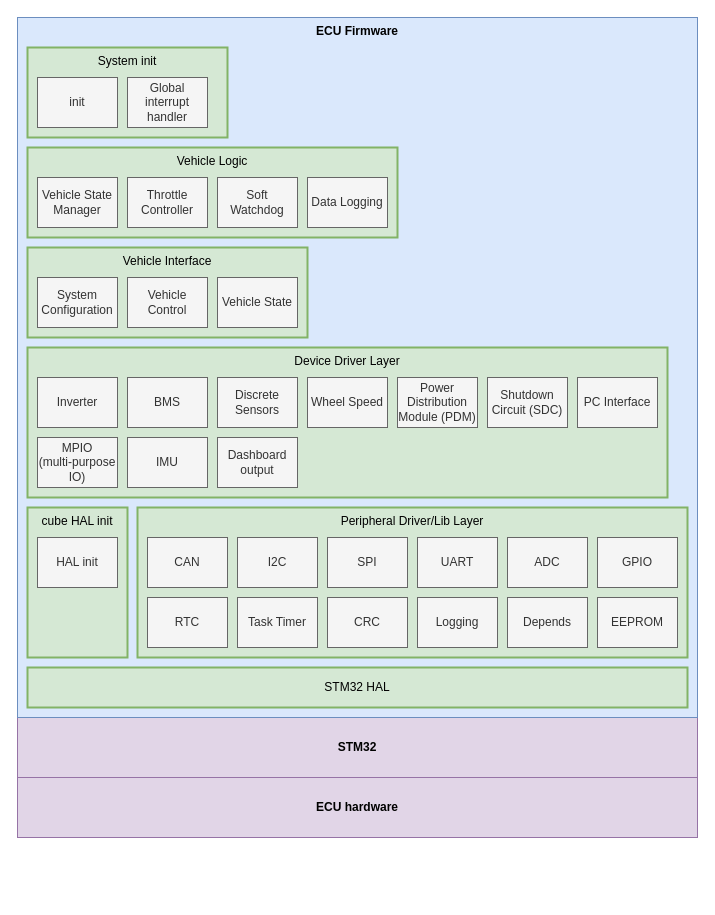
This is page "Detailed View" (2 of 5) of firmware/Firmware Architecture.drawio from lflaherty/evfirmware-vcu, a draw.io file, before an edit. Source tidied: cells renumbered, new cells numbered last; positions are measured from the earlier drawing's top-left corner, leaving out a move shared by most shapes. Both pictures are drawn from the tidied source at 100%, with x=0, y=0 at pixel (17, 17).
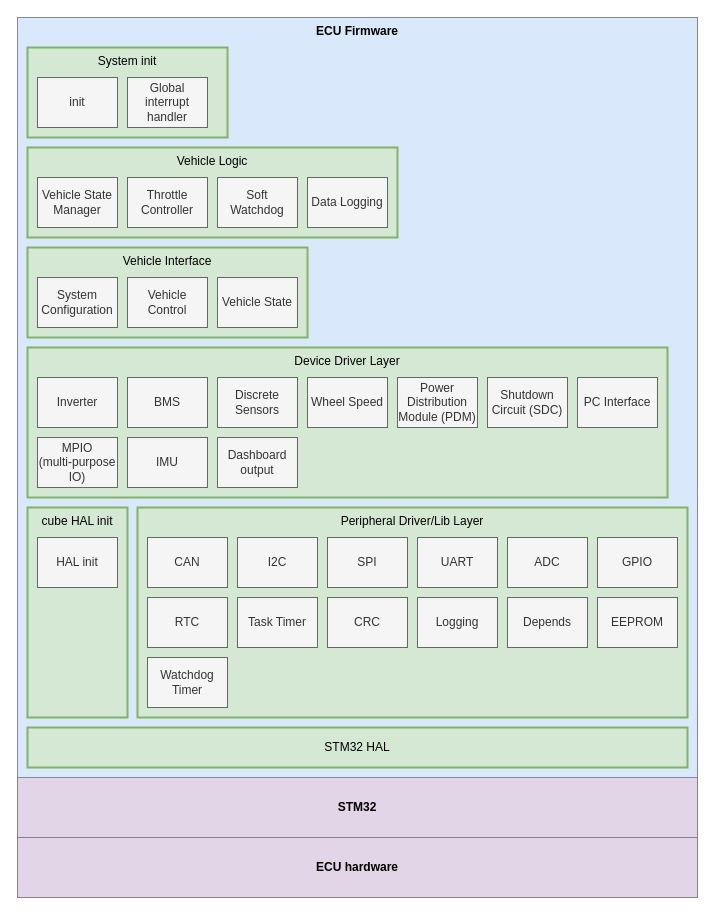
After the change.

What changed in the source:
```diff
@@
     <mxCell id="2" value="STM32" style="rounded=0;whiteSpace=wrap;html=1;fillColor=#e1d5e7;strokeColor=#9673a6;fontStyle=1;" parent="1" vertex="1">
-      <mxGeometry y="700" width="680" height="60" as="geometry" />
+      <mxGeometry y="760" width="680" height="60" as="geometry" />
     </mxCell>
     <mxCell id="3" value="ECU hardware" style="rounded=0;whiteSpace=wrap;html=1;fillColor=#e1d5e7;strokeColor=#9673a6;fontStyle=1;" parent="1" vertex="1">
-      <mxGeometry y="760" width="680" height="60" as="geometry" />
+      <mxGeometry y="820" width="680" height="60" as="geometry" />
     </mxCell>
     <mxCell id="4" value="ECU Firmware" style="rounded=0;whiteSpace=wrap;html=1;verticalAlign=top;fillColor=#dae8fc;strokeColor=#6c8ebf;fontStyle=1;" parent="1" vertex="1">
-      <mxGeometry width="680" height="700" as="geometry" />
+      <mxGeometry width="680" height="760" as="geometry" />
     </mxCell>
     <mxCell id="5" value="STM32 HAL" style="rounded=0;whiteSpace=wrap;html=1;fillColor=#d5e8d4;strokeColor=#82b366;strokeWidth=2;" parent="1" vertex="1">
-      <mxGeometry x="10" y="650" width="660" height="40" as="geometry" />
+      <mxGeometry x="10" y="710" width="660" height="40" as="geometry" />
     </mxCell>
     <mxCell id="6" value="cube HAL init" style="rounded=0;whiteSpace=wrap;html=1;fillColor=#d5e8d4;strokeColor=#82b366;strokeWidth=2;verticalAlign=top;" parent="1" vertex="1">
-      <mxGeometry x="10" y="490" width="100" height="150" as="geometry" />
+      <mxGeometry x="10" y="490" width="100" height="210" as="geometry" />
     </mxCell>
     <mxCell id="7" value="Peripheral Driver/Lib Layer" style="rounded=0;whiteSpace=wrap;html=1;fillColor=#d5e8d4;strokeColor=#82b366;strokeWidth=2;verticalAlign=top;" parent="1" vertex="1">
-      <mxGeometry x="120" y="490" width="550" height="150" as="geometry" />
+      <mxGeometry x="120" y="490" width="550" height="210" as="geometry" />
     </mxCell>
@@
+    <mxCell id="44" value="Watchdog Timer" style="rounded=0;whiteSpace=wrap;html=1;fillColor=#f5f5f5;strokeColor=#666666;fontColor=#333333;" parent="1" vertex="1">
+      <mxGeometry x="130" y="640" width="80" height="50" as="geometry" />
+    </mxCell>
```
